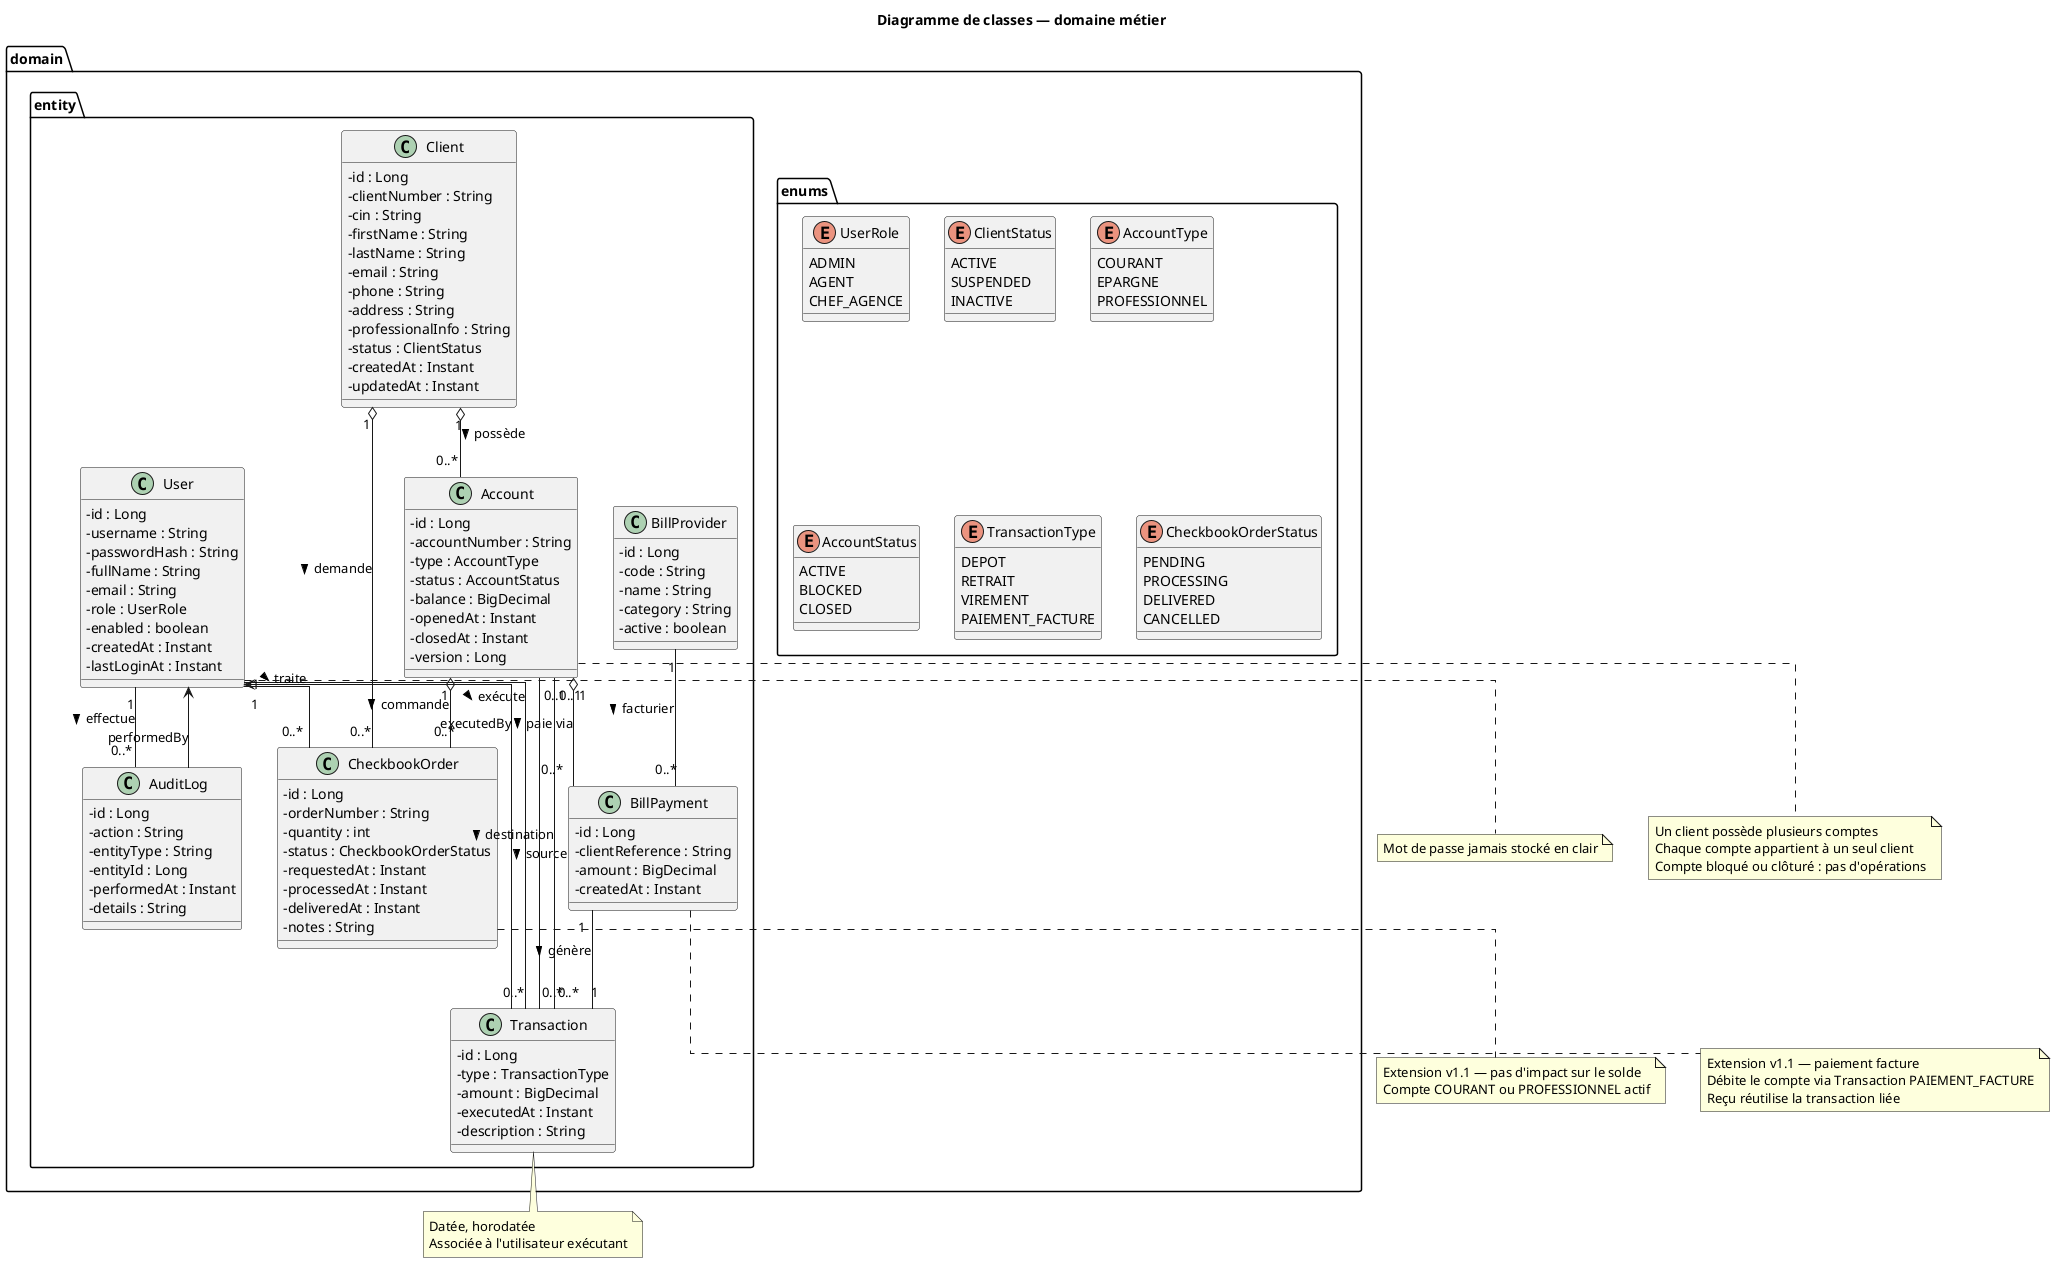
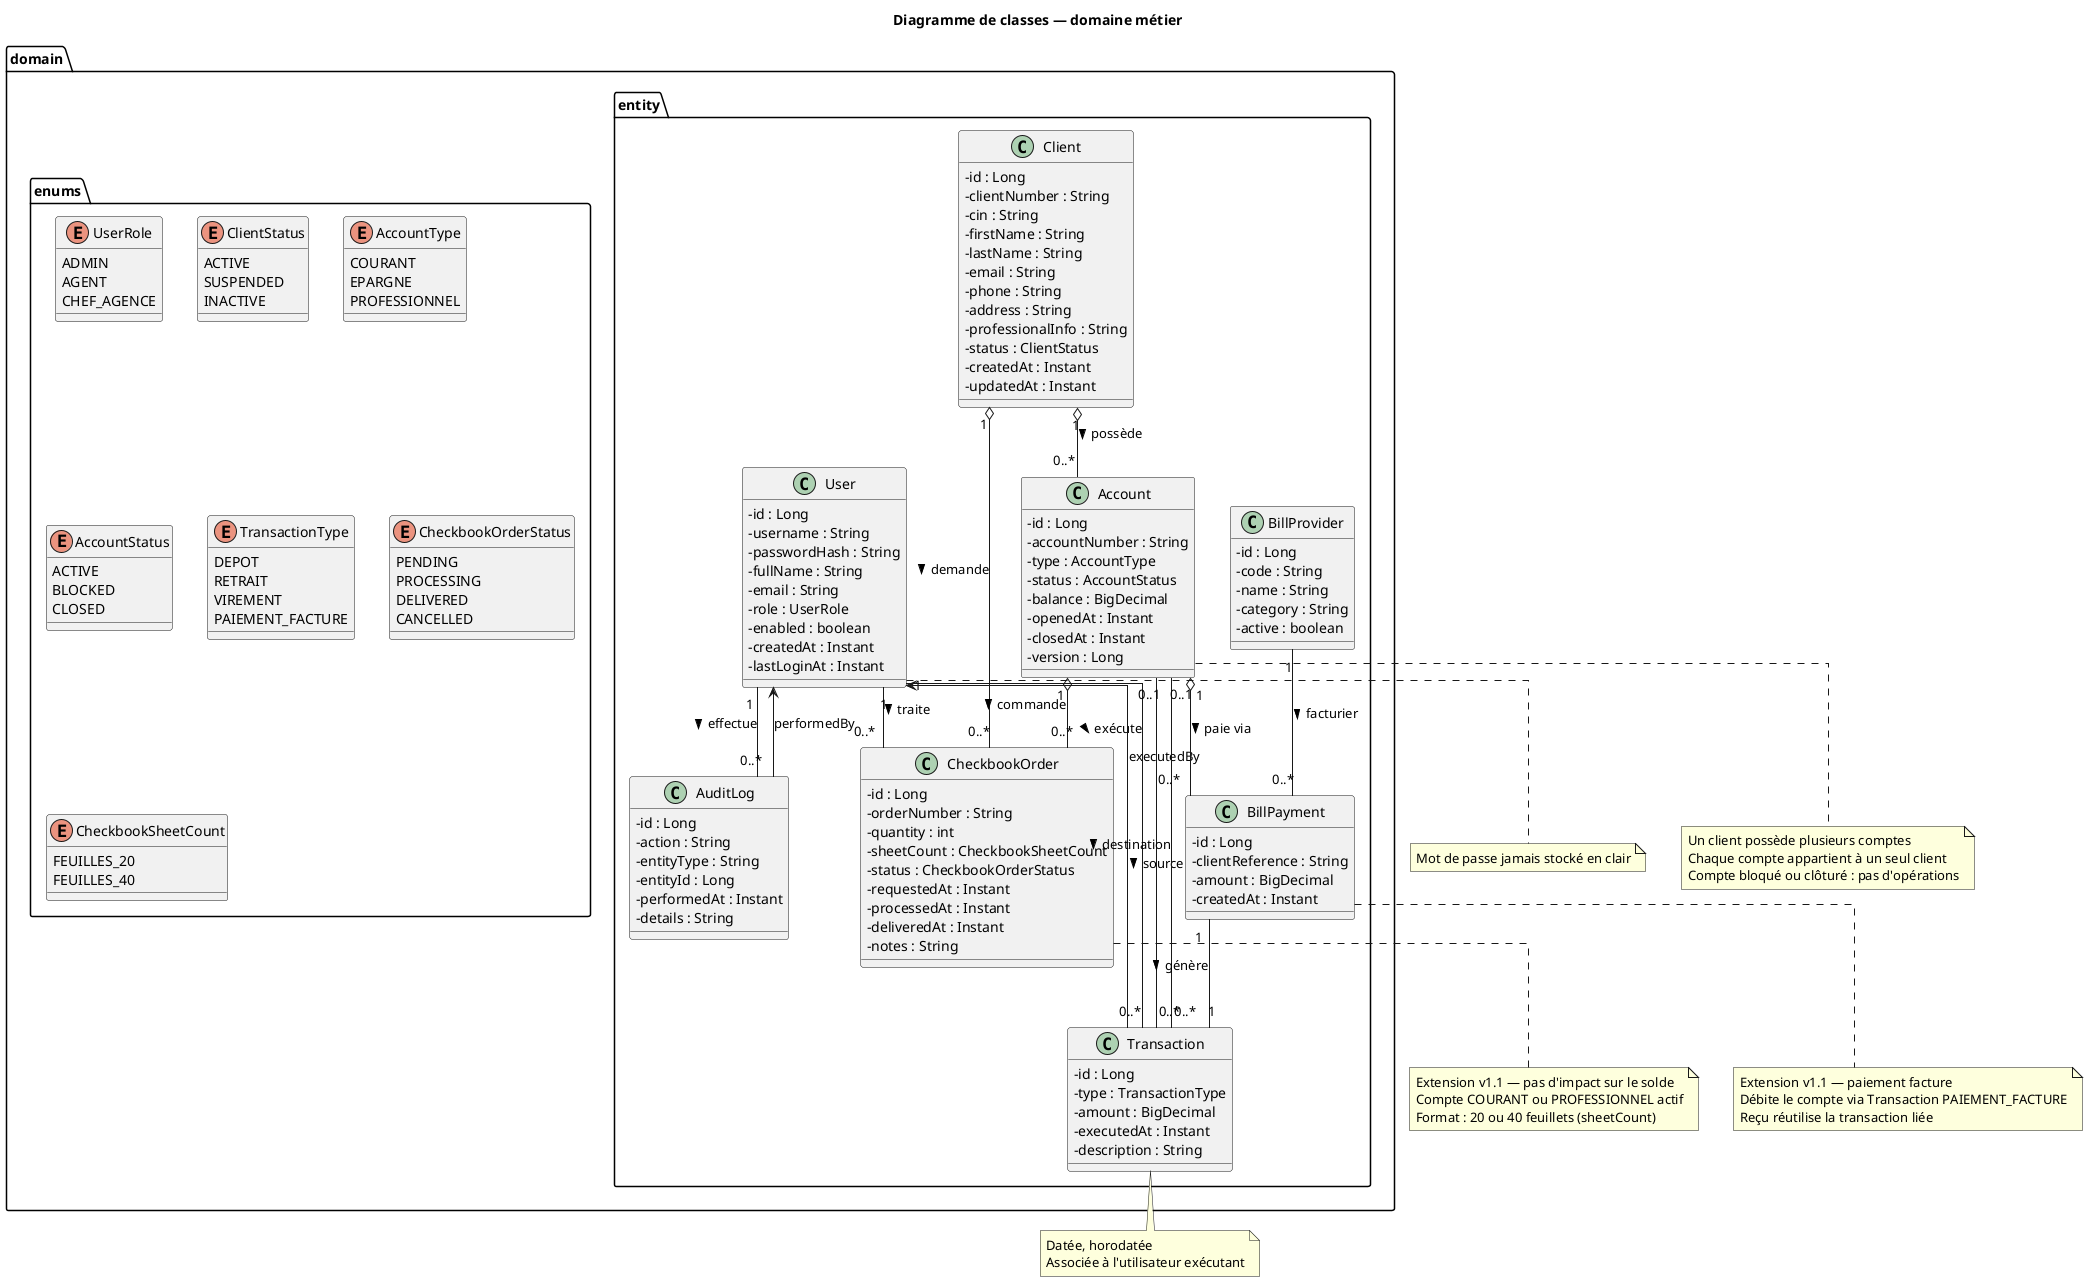
@startuml diagramme-classes
skinparam shadowing false
skinparam classAttributeIconSize 0
skinparam linetype ortho

title Diagramme de classes — domaine métier

package "domain.enums" {
  enum UserRole {
    ADMIN
    AGENT
    CHEF_AGENCE
  }
  enum ClientStatus {
    ACTIVE
    SUSPENDED
    INACTIVE
  }
  enum AccountType {
    COURANT
    EPARGNE
    PROFESSIONNEL
  }
  enum AccountStatus {
    ACTIVE
    BLOCKED
    CLOSED
  }
  enum TransactionType {
    DEPOT
    RETRAIT
    VIREMENT
    PAIEMENT_FACTURE
  }
  enum CheckbookOrderStatus {
    PENDING
    PROCESSING
    DELIVERED
    CANCELLED
+   }
+   enum CheckbookSheetCount {
+     FEUILLES_20
+     FEUILLES_40
  }
}

package "domain.entity" {

  class User {
    - id : Long
    - username : String
    - passwordHash : String
    - fullName : String
    - email : String
    - role : UserRole
    - enabled : boolean
    - createdAt : Instant
    - lastLoginAt : Instant
  }

  class Client {
    - id : Long
    - clientNumber : String
    - cin : String
    - firstName : String
    - lastName : String
    - email : String
    - phone : String
    - address : String
    - professionalInfo : String
    - status : ClientStatus
    - createdAt : Instant
    - updatedAt : Instant
  }

  class Account {
    - id : Long
    - accountNumber : String
    - type : AccountType
    - status : AccountStatus
    - balance : BigDecimal
    - openedAt : Instant
    - closedAt : Instant
    - version : Long
  }

  class Transaction {
    - id : Long
    - type : TransactionType
    - amount : BigDecimal
    - executedAt : Instant
    - description : String
  }

  class BillProvider {
    - id : Long
    - code : String
    - name : String
    - category : String
    - active : boolean
  }

  class BillPayment {
    - id : Long
    - clientReference : String
    - amount : BigDecimal
    - createdAt : Instant
  }

  class CheckbookOrder {
    - id : Long
    - orderNumber : String
    - quantity : int
+     - sheetCount : CheckbookSheetCount
    - status : CheckbookOrderStatus
    - requestedAt : Instant
    - processedAt : Instant
    - deliveredAt : Instant
    - notes : String
  }

  class AuditLog {
    - id : Long
    - action : String
    - entityType : String
    - entityId : Long
    - performedAt : Instant
    - details : String
  }
}

Client "1" o-- "0..*" Account : possède >
Client "1" o-- "0..*" CheckbookOrder : demande >
User "1" -- "0..*" Transaction : exécute >
User "1" -- "0..*" CheckbookOrder : traite >
User "1" -- "0..*" AuditLog : effectue >
Account "0..1" -- "0..*" Transaction : source >
Account "0..1" -- "0..*" Transaction : destination >
Account "1" o-- "0..*" BillPayment : paie via >
Account "1" o-- "0..*" CheckbookOrder : commande >
BillProvider "1" -- "0..*" BillPayment : facturier >
BillPayment "1" -- "1" Transaction : génère >
Transaction --> User : executedBy
AuditLog --> User : performedBy

note bottom of Account
  Un client possède plusieurs comptes
  Chaque compte appartient à un seul client
  Compte bloqué ou clôturé : pas d'opérations
end note

note bottom of BillPayment
  Extension v1.1 — paiement facture
  Débite le compte via Transaction PAIEMENT_FACTURE
  Reçu réutilise la transaction liée
end note

note bottom of CheckbookOrder
  Extension v1.1 — pas d'impact sur le solde
  Compte COURANT ou PROFESSIONNEL actif
+   Format : 20 ou 40 feuillets (sheetCount)
end note

note bottom of Transaction
  Datée, horodatée
  Associée à l'utilisateur exécutant
end note

note bottom of User
  Mot de passe jamais stocké en clair
end note

@enduml
